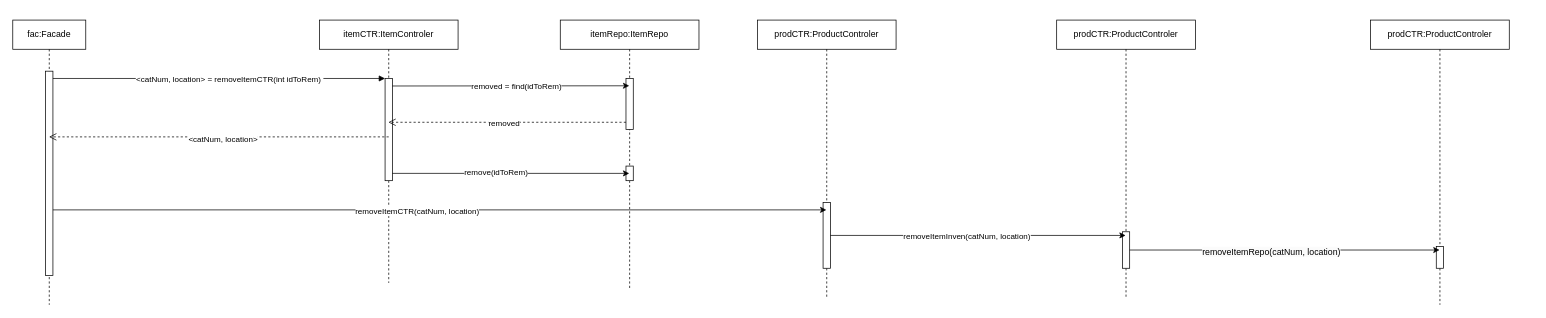
The draw.io diagram docs/ReportDamageSeqDiagram.drawio in NatallieMirelashvili/ADSS_Group_E, before the edit. Source tidied: cells renumbered, new cells numbered last; positions are measured from the earlier drawing's top-left corner, leaving out a move shared by most shapes. Both pictures are drawn from the tidied source at 73%, with x=0, y=0 at pixel (12, 20).
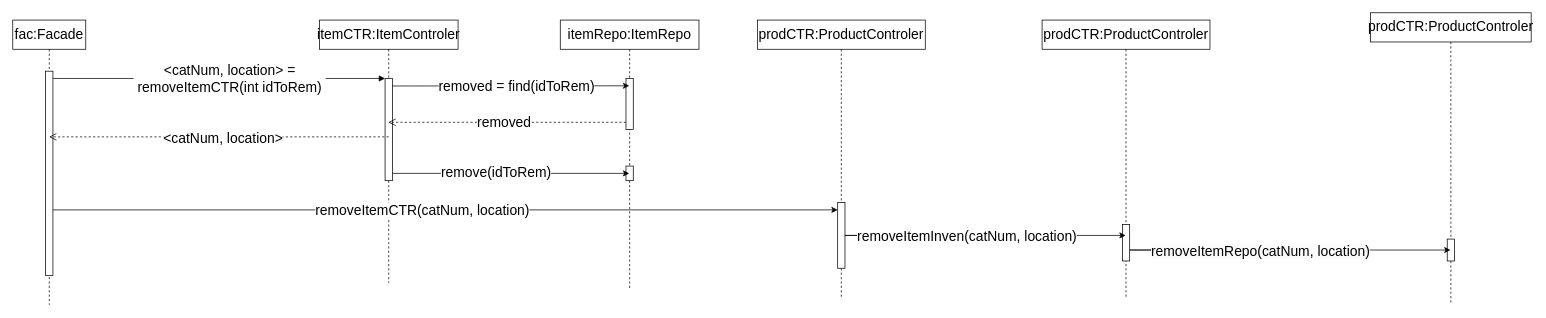
The same diagram, later.

What changed in the source:
```diff
@@
-    <mxCell id="2" value="fac:Facade" style="shape=umlLifeline;perimeter=lifelinePerimeter;whiteSpace=wrap;html=1;newEdgeStyle={&quot;edgeStyle&quot;:&quot;elbowEdgeStyle&quot;,&quot;elbow&quot;:&quot;vertical&quot;,&quot;curved&quot;:0,&quot;rounded&quot;:0};" parent="1" vertex="1">
+    <mxCell id="2" value="fac:Facade" style="shape=umlLifeline;perimeter=lifelinePerimeter;whiteSpace=wrap;html=1;newEdgeStyle={&quot;edgeStyle&quot;:&quot;elbowEdgeStyle&quot;,&quot;elbow&quot;:&quot;vertical&quot;,&quot;curved&quot;:0,&quot;rounded&quot;:0};fontSize=19;" parent="1" vertex="1">
       <mxGeometry width="100" height="390" as="geometry" />
     </mxCell>
-    <mxCell id="3" style="html=1;points=[];perimeter=orthogonalPerimeter;outlineConnect=0;targetShapes=umlLifeline;portConstraint=eastwest;newEdgeStyle={&quot;edgeStyle&quot;:&quot;elbowEdgeStyle&quot;,&quot;elbow&quot;:&quot;vertical&quot;,&quot;curved&quot;:0,&quot;rounded&quot;:0};" parent="2" vertex="1">
+    <mxCell id="3" style="html=1;points=[];perimeter=orthogonalPerimeter;outlineConnect=0;targetShapes=umlLifeline;portConstraint=eastwest;newEdgeStyle={&quot;edgeStyle&quot;:&quot;elbowEdgeStyle&quot;,&quot;elbow&quot;:&quot;vertical&quot;,&quot;curved&quot;:0,&quot;rounded&quot;:0};fontSize=19;" parent="2" vertex="1">
       <mxGeometry x="45" y="70" width="10" height="280" as="geometry" />
     </mxCell>
-    <mxCell id="4" value="itemCTR:ItemControler" style="shape=umlLifeline;perimeter=lifelinePerimeter;whiteSpace=wrap;html=1;outlineConnect=0;portConstraint=eastwest;newEdgeStyle={&quot;edgeStyle&quot;:&quot;elbowEdgeStyle&quot;,&quot;elbow&quot;:&quot;vertical&quot;,&quot;curved&quot;:0,&quot;rounded&quot;:0};" parent="1" vertex="1">
+    <mxCell id="4" value="itemCTR:ItemControler" style="shape=umlLifeline;perimeter=lifelinePerimeter;whiteSpace=wrap;html=1;outlineConnect=0;portConstraint=eastwest;newEdgeStyle={&quot;edgeStyle&quot;:&quot;elbowEdgeStyle&quot;,&quot;elbow&quot;:&quot;vertical&quot;,&quot;curved&quot;:0,&quot;rounded&quot;:0};fontSize=19;" parent="1" vertex="1">
       <mxGeometry x="420" width="190" height="360" as="geometry" />
     </mxCell>
-    <mxCell id="5" style="html=1;points=[];perimeter=orthogonalPerimeter;outlineConnect=0;targetShapes=umlLifeline;portConstraint=eastwest;newEdgeStyle={&quot;edgeStyle&quot;:&quot;elbowEdgeStyle&quot;,&quot;elbow&quot;:&quot;vertical&quot;,&quot;curved&quot;:0,&quot;rounded&quot;:0};" parent="4" vertex="1">
+    <mxCell id="5" style="html=1;points=[];perimeter=orthogonalPerimeter;outlineConnect=0;targetShapes=umlLifeline;portConstraint=eastwest;newEdgeStyle={&quot;edgeStyle&quot;:&quot;elbowEdgeStyle&quot;,&quot;elbow&quot;:&quot;vertical&quot;,&quot;curved&quot;:0,&quot;rounded&quot;:0};fontSize=19;" parent="4" vertex="1">
       <mxGeometry x="90" y="80" width="10" height="140" as="geometry" />
     </mxCell>
-    <mxCell id="6" style="html=1;verticalAlign=bottom;endArrow=block;edgeStyle=elbowEdgeStyle;elbow=vertical;curved=0;rounded=0;" parent="1" edge="1" source="3" target="5">
+    <mxCell id="6" style="html=1;verticalAlign=bottom;endArrow=block;edgeStyle=elbowEdgeStyle;elbow=vertical;curved=0;rounded=0;fontSize=19;" parent="1" edge="1" source="3" target="5">
       <mxGeometry relative="1" as="geometry">
         <Array as="points">
           <mxPoint x="140" y="80" />
         </Array>
       </mxGeometry>
     </mxCell>
-    <mxCell id="7" value="&amp;lt;catNum, location&amp;gt; = removeItemCTR(int idToRem)&amp;nbsp;" style="edgeLabel;html=1;align=center;verticalAlign=middle;" parent="6" vertex="1">
+    <mxCell id="7" value="&amp;lt;catNum, location&amp;gt; =&lt;br&gt;&amp;nbsp;removeItemCTR(int idToRem)&amp;nbsp;" style="edgeLabel;html=1;align=center;verticalAlign=middle;fontSize=19;" parent="6" vertex="1">
       <mxGeometry x="0.06" relative="1" as="geometry" />
     </mxCell>
-    <mxCell id="8" value="itemRepo:ItemRepo" style="shape=umlLifeline;perimeter=lifelinePerimeter;whiteSpace=wrap;html=1;newEdgeStyle={&quot;edgeStyle&quot;:&quot;elbowEdgeStyle&quot;,&quot;elbow&quot;:&quot;vertical&quot;,&quot;curved&quot;:0,&quot;rounded&quot;:0};" parent="1" vertex="1">
+    <mxCell id="8" value="itemRepo:ItemRepo" style="shape=umlLifeline;perimeter=lifelinePerimeter;whiteSpace=wrap;html=1;newEdgeStyle={&quot;edgeStyle&quot;:&quot;elbowEdgeStyle&quot;,&quot;elbow&quot;:&quot;vertical&quot;,&quot;curved&quot;:0,&quot;rounded&quot;:0};fontSize=19;" parent="1" vertex="1">
       <mxGeometry x="750" width="190" height="370" as="geometry" />
     </mxCell>
-    <mxCell id="9" style="html=1;perimeter=orthogonalPerimeter;targetShapes=umlLifeline;newEdgeStyle={&quot;edgeStyle&quot;:&quot;elbowEdgeStyle&quot;,&quot;elbow&quot;:&quot;vertical&quot;,&quot;curved&quot;:0,&quot;rounded&quot;:0};" parent="8" vertex="1">
+    <mxCell id="9" style="html=1;perimeter=orthogonalPerimeter;targetShapes=umlLifeline;newEdgeStyle={&quot;edgeStyle&quot;:&quot;elbowEdgeStyle&quot;,&quot;elbow&quot;:&quot;vertical&quot;,&quot;curved&quot;:0,&quot;rounded&quot;:0};fontSize=19;" parent="8" vertex="1">
       <mxGeometry x="90" y="80" width="10" height="70" as="geometry" />
     </mxCell>
-    <mxCell id="10" style="html=1;perimeter=orthogonalPerimeter;targetShapes=umlLifeline;newEdgeStyle={&quot;edgeStyle&quot;:&quot;elbowEdgeStyle&quot;,&quot;elbow&quot;:&quot;vertical&quot;,&quot;curved&quot;:0,&quot;rounded&quot;:0};" parent="8" vertex="1">
+    <mxCell id="10" style="html=1;perimeter=orthogonalPerimeter;targetShapes=umlLifeline;newEdgeStyle={&quot;edgeStyle&quot;:&quot;elbowEdgeStyle&quot;,&quot;elbow&quot;:&quot;vertical&quot;,&quot;curved&quot;:0,&quot;rounded&quot;:0};fontSize=19;" parent="8" vertex="1">
       <mxGeometry x="90" y="200" width="10" height="20" as="geometry" />
     </mxCell>
-    <mxCell id="11" style="edgeStyle=elbowEdgeStyle;rounded=0;orthogonalLoop=1;jettySize=auto;html=1;elbow=vertical;curved=0;" parent="1" edge="1">
+    <mxCell id="11" style="edgeStyle=elbowEdgeStyle;rounded=0;orthogonalLoop=1;jettySize=auto;html=1;elbow=vertical;curved=0;fontSize=19;" parent="1" edge="1">
       <mxGeometry relative="1" as="geometry">
         <mxPoint x="520" y="210" as="sourcePoint" />
         <mxPoint x="844.5" y="210.1" as="targetPoint" />
       </mxGeometry>
     </mxCell>
-    <mxCell id="12" value="remove(idToRem)" style="edgeLabel;html=1;align=center;verticalAlign=middle;" parent="11" vertex="1">
+    <mxCell id="12" value="remove(idToRem)" style="edgeLabel;html=1;align=center;verticalAlign=middle;fontSize=19;" parent="11" vertex="1">
       <mxGeometry x="-0.13" y="2" relative="1" as="geometry" />
     </mxCell>
-    <mxCell id="13" style="edgeStyle=elbowEdgeStyle;rounded=0;orthogonalLoop=1;jettySize=auto;html=1;elbow=vertical;curved=0;" parent="1" edge="1">
+    <mxCell id="13" style="edgeStyle=elbowEdgeStyle;rounded=0;orthogonalLoop=1;jettySize=auto;html=1;elbow=vertical;curved=0;fontSize=19;" parent="1" edge="1">
       <mxGeometry relative="1" as="geometry">
         <mxPoint x="520" y="90.3" as="sourcePoint" />
         <mxPoint x="844.5" y="90.3" as="targetPoint" />
       </mxGeometry>
     </mxCell>
-    <mxCell id="14" value="removed = find(idToRem)" style="edgeLabel;html=1;align=center;verticalAlign=middle;" parent="13" vertex="1">
+    <mxCell id="14" value="removed = find(idToRem)" style="edgeLabel;html=1;align=center;verticalAlign=middle;fontSize=19;" parent="13" vertex="1">
       <mxGeometry x="-0.07" y="-1" relative="1" as="geometry">
         <mxPoint x="19" y="-1" as="offset" />
       </mxGeometry>
     </mxCell>
-    <mxCell id="15" style="html=1;verticalAlign=bottom;endArrow=open;dashed=1;endSize=8;curved=0;rounded=0;" parent="1" edge="1" target="4">
+    <mxCell id="15" style="html=1;verticalAlign=bottom;endArrow=open;dashed=1;endSize=8;curved=0;rounded=0;fontSize=19;" parent="1" edge="1" target="4">
       <mxGeometry relative="1" as="geometry">
         <mxPoint x="840" y="140" as="sourcePoint" />
       </mxGeometry>
     </mxCell>
-    <mxCell id="16" value="removed" style="edgeLabel;html=1;align=center;verticalAlign=middle;" parent="15" vertex="1">
+    <mxCell id="16" value="removed" style="edgeLabel;html=1;align=center;verticalAlign=middle;fontSize=19;" parent="15" vertex="1">
       <mxGeometry x="0.03" relative="1" as="geometry" />
     </mxCell>
-    <mxCell id="17" style="html=1;verticalAlign=bottom;endArrow=open;dashed=1;endSize=8;curved=0;rounded=0;" parent="1" edge="1">
+    <mxCell id="17" style="html=1;verticalAlign=bottom;endArrow=open;dashed=1;endSize=8;curved=0;rounded=0;fontSize=19;" parent="1" edge="1">
       <mxGeometry relative="1" as="geometry">
         <mxPoint x="515" y="160" as="sourcePoint" />
         <mxPoint x="49.7" y="160" as="targetPoint" />
       </mxGeometry>
     </mxCell>
-    <mxCell id="18" value="&amp;lt;catNum, location&amp;gt;" style="edgeLabel;html=1;align=center;verticalAlign=middle;" parent="17" vertex="1">
+    <mxCell id="18" value="&amp;lt;catNum, location&amp;gt;" style="edgeLabel;html=1;align=center;verticalAlign=middle;fontSize=19;" parent="17" vertex="1">
       <mxGeometry x="-0.02" y="2" relative="1" as="geometry" />
     </mxCell>
-    <mxCell id="19" value="prodCTR:ProductControler" style="shape=umlLifeline;perimeter=lifelinePerimeter;whiteSpace=wrap;html=1;newEdgeStyle={&quot;edgeStyle&quot;:&quot;elbowEdgeStyle&quot;,&quot;elbow&quot;:&quot;vertical&quot;,&quot;curved&quot;:0,&quot;rounded&quot;:0};" parent="1" vertex="1">
-      <mxGeometry x="1020" width="190" height="380" as="geometry" />
+    <mxCell id="19" value="prodCTR:ProductControler" style="shape=umlLifeline;perimeter=lifelinePerimeter;whiteSpace=wrap;html=1;newEdgeStyle={&quot;edgeStyle&quot;:&quot;elbowEdgeStyle&quot;,&quot;elbow&quot;:&quot;vertical&quot;,&quot;curved&quot;:0,&quot;rounded&quot;:0};fontSize=19;" parent="1" vertex="1">
+      <mxGeometry x="1020" width="230" height="380" as="geometry" />
     </mxCell>
-    <mxCell id="20" style="html=1;points=[];perimeter=orthogonalPerimeter;outlineConnect=0;targetShapes=umlLifeline;portConstraint=eastwest;newEdgeStyle={&quot;edgeStyle&quot;:&quot;elbowEdgeStyle&quot;,&quot;elbow&quot;:&quot;vertical&quot;,&quot;curved&quot;:0,&quot;rounded&quot;:0};" parent="19" vertex="1">
-      <mxGeometry x="90" y="250" width="10" height="90" as="geometry" />
+    <mxCell id="20" style="html=1;points=[];perimeter=orthogonalPerimeter;outlineConnect=0;targetShapes=umlLifeline;portConstraint=eastwest;newEdgeStyle={&quot;edgeStyle&quot;:&quot;elbowEdgeStyle&quot;,&quot;elbow&quot;:&quot;vertical&quot;,&quot;curved&quot;:0,&quot;rounded&quot;:0};fontSize=19;" parent="19" vertex="1">
+      <mxGeometry x="110" y="250" width="10" height="90" as="geometry" />
     </mxCell>
-    <mxCell id="21" style="edgeStyle=elbowEdgeStyle;rounded=0;orthogonalLoop=1;jettySize=auto;html=1;elbow=vertical;curved=0;" parent="1" edge="1">
+    <mxCell id="21" style="edgeStyle=elbowEdgeStyle;rounded=0;jettySize=auto;html=1;elbow=vertical;curved=0;fontSize=19;" parent="1" edge="1" target="20">
       <mxGeometry relative="1" as="geometry">
         <mxPoint x="55" y="260" as="sourcePoint" />
-        <mxPoint x="1114.5" y="260" as="targetPoint" />
       </mxGeometry>
     </mxCell>
-    <mxCell id="22" value="removeItemCTR(catNum, location) " style="edgeLabel;html=1;align=center;verticalAlign=middle;" parent="21" vertex="1">
+    <mxCell id="22" value="removeItemCTR(catNum, location) " style="edgeLabel;html=1;align=center;verticalAlign=middle;fontSize=19;" parent="21" vertex="1">
       <mxGeometry x="-0.06" y="-1" relative="1" as="geometry" />
     </mxCell>
-    <mxCell id="23" value="prodCTR:ProductControler" style="shape=umlLifeline;perimeter=lifelinePerimeter;whiteSpace=wrap;html=1;outlineConnect=0;portConstraint=eastwest;newEdgeStyle={&quot;edgeStyle&quot;:&quot;elbowEdgeStyle&quot;,&quot;elbow&quot;:&quot;vertical&quot;,&quot;curved&quot;:0,&quot;rounded&quot;:0};" parent="1" vertex="1">
-      <mxGeometry x="1430" width="190" height="380" as="geometry" />
+    <mxCell id="23" value="prodCTR:ProductControler" style="shape=umlLifeline;perimeter=lifelinePerimeter;whiteSpace=wrap;html=1;outlineConnect=0;portConstraint=eastwest;newEdgeStyle={&quot;edgeStyle&quot;:&quot;elbowEdgeStyle&quot;,&quot;elbow&quot;:&quot;vertical&quot;,&quot;curved&quot;:0,&quot;rounded&quot;:0};fontSize=19;" parent="1" vertex="1">
+      <mxGeometry x="1410" width="230" height="380" as="geometry" />
     </mxCell>
-    <mxCell id="24" style="html=1;points=[];perimeter=orthogonalPerimeter;outlineConnect=0;targetShapes=umlLifeline;portConstraint=eastwest;newEdgeStyle={&quot;edgeStyle&quot;:&quot;elbowEdgeStyle&quot;,&quot;elbow&quot;:&quot;vertical&quot;,&quot;curved&quot;:0,&quot;rounded&quot;:0};" parent="23" vertex="1">
-      <mxGeometry x="90" y="290" width="10" height="50" as="geometry" />
+    <mxCell id="24" style="html=1;points=[];perimeter=orthogonalPerimeter;outlineConnect=0;targetShapes=umlLifeline;portConstraint=eastwest;newEdgeStyle={&quot;edgeStyle&quot;:&quot;elbowEdgeStyle&quot;,&quot;elbow&quot;:&quot;vertical&quot;,&quot;curved&quot;:0,&quot;rounded&quot;:0};fontSize=19;" parent="23" vertex="1">
+      <mxGeometry x="110" y="280" width="10" height="50" as="geometry" />
     </mxCell>
-    <mxCell id="25" style="edgeStyle=elbowEdgeStyle;rounded=0;jettySize=auto;html=1;elbow=vertical;curved=0;" parent="1" edge="1" source="20" target="23">
-      <mxGeometry relative="1" as="geometry" />
+    <mxCell id="25" style="edgeStyle=elbowEdgeStyle;rounded=0;jettySize=auto;html=1;elbow=vertical;curved=0;fontSize=19;" parent="1" edge="1" target="23">
+      <mxGeometry relative="1" as="geometry">
+        <mxPoint x="1160" y="295" as="sourcePoint" />
+        <Array as="points">
+          <mxPoint x="1140" y="295" />
+        </Array>
+      </mxGeometry>
     </mxCell>
-    <mxCell id="26" value="removeItemInven(catNum, location)" style="edgeLabel;html=1;align=center;verticalAlign=middle;" parent="25" vertex="1">
+    <mxCell id="26" value="removeItemInven(catNum, location)" style="edgeLabel;html=1;align=center;verticalAlign=middle;fontSize=19;" parent="25" vertex="1">
       <mxGeometry x="-0.08" y="-1" relative="1" as="geometry" />
     </mxCell>
-    <mxCell id="27" value="prodCTR:ProductControler" style="shape=umlLifeline;perimeter=lifelinePerimeter;whiteSpace=wrap;html=1;outlineConnect=0;portConstraint=eastwest;newEdgeStyle={&quot;edgeStyle&quot;:&quot;elbowEdgeStyle&quot;,&quot;elbow&quot;:&quot;vertical&quot;,&quot;curved&quot;:0,&quot;rounded&quot;:0};" parent="1" vertex="1">
-      <mxGeometry x="1860" width="190" height="390" as="geometry" />
+    <mxCell id="27" value="prodCTR:ProductControler" style="shape=umlLifeline;perimeter=lifelinePerimeter;whiteSpace=wrap;html=1;outlineConnect=0;portConstraint=eastwest;newEdgeStyle={&quot;edgeStyle&quot;:&quot;elbowEdgeStyle&quot;,&quot;elbow&quot;:&quot;vertical&quot;,&quot;curved&quot;:0,&quot;rounded&quot;:0};fontSize=19;" parent="1" vertex="1">
+      <mxGeometry x="1860" y="-10" width="220" height="400" as="geometry" />
     </mxCell>
-    <mxCell id="28" style="html=1;perimeter=orthogonalPerimeter;targetShapes=umlLifeline;newEdgeStyle={&quot;edgeStyle&quot;:&quot;elbowEdgeStyle&quot;,&quot;elbow&quot;:&quot;vertical&quot;,&quot;curved&quot;:0,&quot;rounded&quot;:0};" parent="27" vertex="1">
-      <mxGeometry x="90" y="310" width="10" height="30" as="geometry" />
+    <mxCell id="28" style="html=1;perimeter=orthogonalPerimeter;targetShapes=umlLifeline;newEdgeStyle={&quot;edgeStyle&quot;:&quot;elbowEdgeStyle&quot;,&quot;elbow&quot;:&quot;vertical&quot;,&quot;curved&quot;:0,&quot;rounded&quot;:0};fontSize=19;" parent="27" vertex="1">
+      <mxGeometry x="105" y="310" width="10" height="30" as="geometry" />
     </mxCell>
-    <mxCell id="29" style="edgeStyle=elbowEdgeStyle;rounded=0;jettySize=auto;html=1;elbow=vertical;curved=0;" parent="1" edge="1" source="24" target="27">
-      <mxGeometry relative="1" as="geometry" />
+    <mxCell id="29" style="edgeStyle=elbowEdgeStyle;rounded=0;jettySize=auto;html=1;elbow=vertical;curved=0;fontSize=19;" parent="1" edge="1" target="27">
+      <mxGeometry relative="1" as="geometry">
+        <mxPoint x="1570" y="315" as="sourcePoint" />
+        <Array as="points">
+          <mxPoint x="1530" y="315" />
+        </Array>
+      </mxGeometry>
     </mxCell>
-    <mxCell id="30" value="&lt;span style=&quot;font-size: 12px; background-color: rgb(251, 251, 251);&quot;&gt;removeItemRepo(catNum, location)&lt;/span&gt;" style="edgeLabel;html=1;align=center;verticalAlign=middle;" parent="29" vertex="1">
+    <mxCell id="30" value="&lt;span style=&quot;font-size: 19px; background-color: rgb(251, 251, 251);&quot;&gt;removeItemRepo(catNum, location)&lt;/span&gt;" style="edgeLabel;html=1;align=center;verticalAlign=middle;fontSize=19;" parent="29" vertex="1">
       <mxGeometry x="-0.09" y="-2" relative="1" as="geometry" />
     </mxCell>
```
